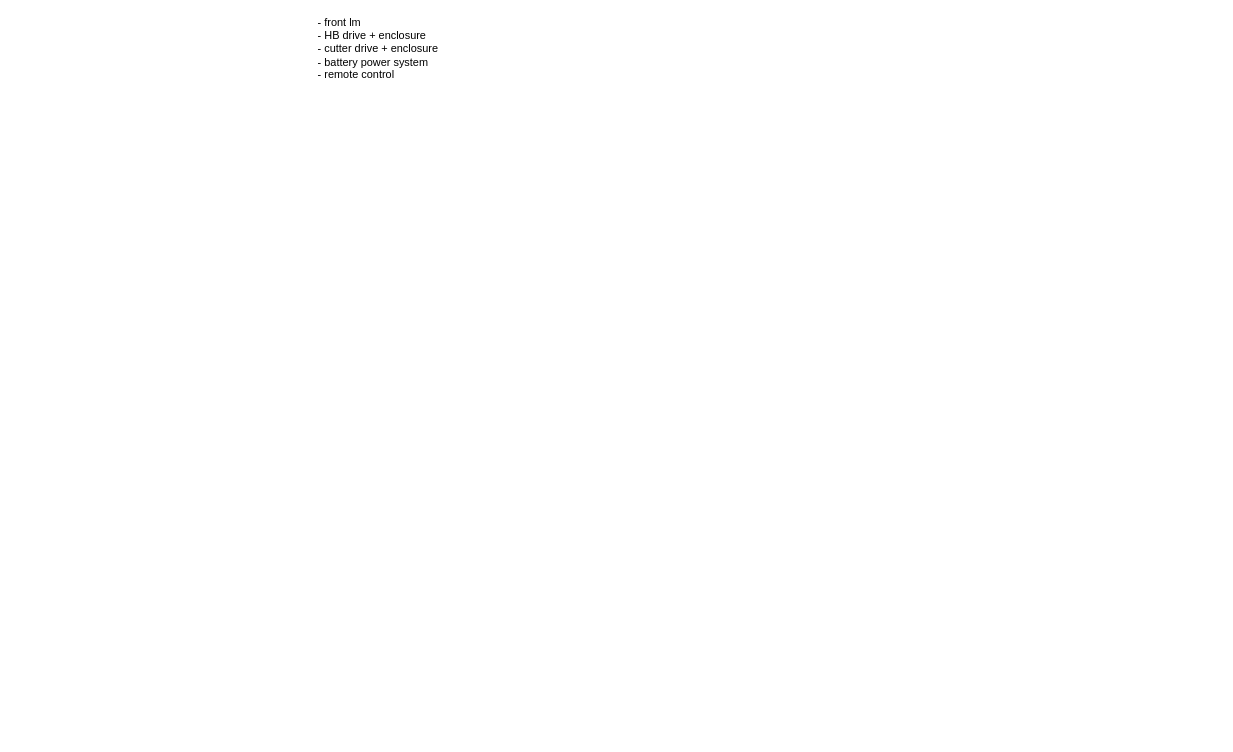
Above: page "architecture" (3 of 3) of design.drawio in vortex314/zenoh-projects (draw.io), before the change. Source tidied: cells renumbered, new cells numbered last; positions are measured from the earlier drawing's top-left corner, leaving out a move shared by most shapes. Both pictures are drawn from the tidied source at 91%, with x=0, y=0 at pixel (316, 35). Pictures stored in the file or linked from it are replaced by grey dashed boxes.
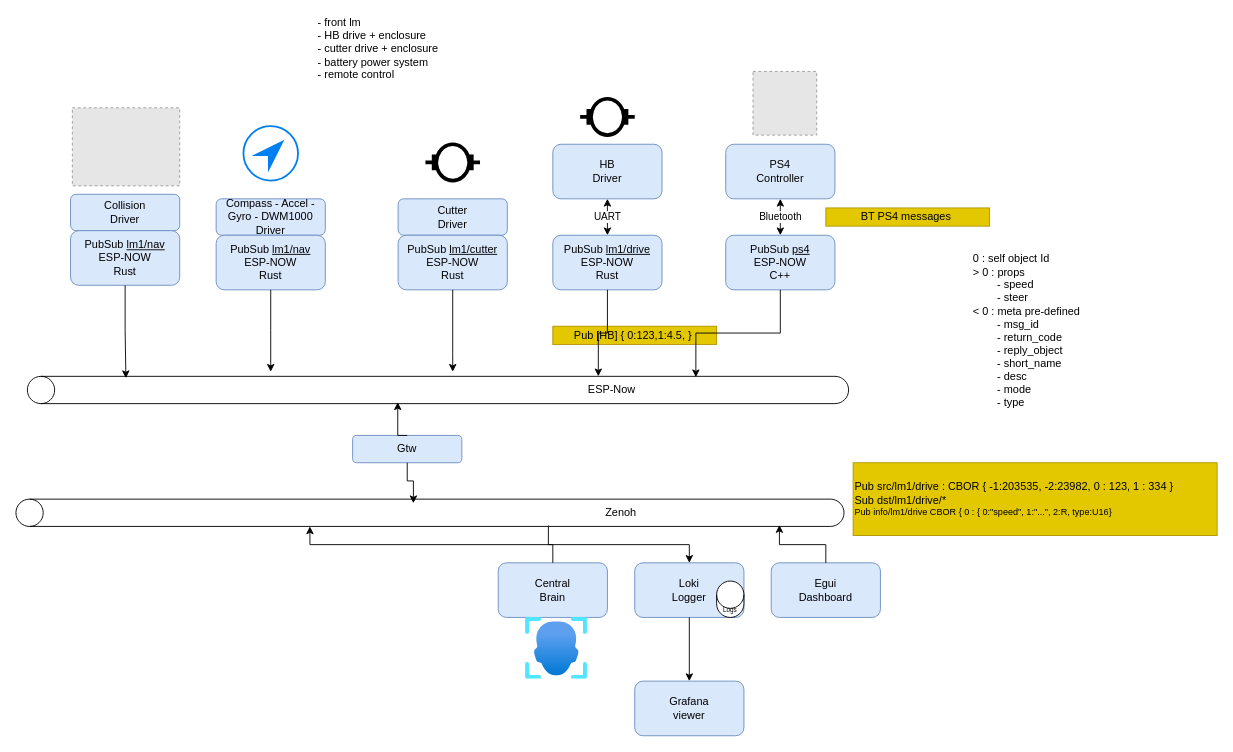
Above is the later version.

Change to the diagram source:
```diff
@@
+    <mxCell id="3" value="UART" style="edgeStyle=orthogonalEdgeStyle;rounded=0;jettySize=auto;html=1;exitX=0.5;exitY=1;exitDx=0;exitDy=0;entryX=0.5;entryY=0;entryDx=0;entryDy=0;startArrow=classic;startFill=1;" parent="1" edge="1" source="4" target="5">
+      <mxGeometry relative="1" as="geometry" />
+    </mxCell>
+    <mxCell id="4" value="HB&lt;div&gt;Driver&lt;/div&gt;" style="rounded=1;whiteSpace=wrap;html=1;fillColor=#dae8fc;strokeColor=#6c8ebf;" parent="1" vertex="1">
+      <mxGeometry x="260" y="120" width="120" height="60" as="geometry" />
+    </mxCell>
+    <mxCell id="5" value="PubSub &lt;u&gt;lm1/drive&lt;/u&gt;&lt;div&gt;&lt;span style=&quot;background-color: initial;&quot;&gt;ESP-NOW&lt;/span&gt;&lt;br&gt;&lt;/div&gt;&lt;div&gt;&lt;span style=&quot;background-color: initial;&quot;&gt;Rust&lt;/span&gt;&lt;/div&gt;" style="rounded=1;whiteSpace=wrap;html=1;fillColor=#dae8fc;strokeColor=#6c8ebf;" parent="1" vertex="1">
+      <mxGeometry x="260" y="220" width="120" height="60" as="geometry" />
+    </mxCell>
+    <mxCell id="6" value="Pub [HB] { 0:123,1:4.5, }&amp;nbsp;" style="rounded=0;whiteSpace=wrap;html=1;fillColor=#e3c800;fontColor=#000000;strokeColor=#B09500;" parent="1" vertex="1">
+      <mxGeometry x="260" y="320" width="180" height="20" as="geometry" />
+    </mxCell>
+    <mxCell id="7" style="shape=cylinder3;whiteSpace=wrap;html=1;boundedLbl=1;backgroundOutline=1;size=15;rotation=-90;" parent="1" vertex="1">
+      <mxGeometry x="110" y="70" width="30" height="910" as="geometry" />
+    </mxCell>
+    <mxCell id="8" value="Pub src/lm1/drive : CBOR { -1:203535, -2:23982, 0 : 123, 1 : 334 }&lt;div&gt;&lt;span style=&quot;background-color: initial;&quot;&gt;Sub dst/lm1/drive/*&lt;/span&gt;&lt;br&gt;&lt;/div&gt;&lt;div style=&quot;font-size: 10px;&quot;&gt;Pub info/lm1/drive CBOR { 0 : { 0:&quot;speed&quot;, 1:&quot;...&quot;, 2:R, type:U16}&lt;/div&gt;" style="rounded=0;whiteSpace=wrap;html=1;fillColor=#e3c800;fontColor=#000000;strokeColor=#B09500;align=left;" parent="1" vertex="1">
+      <mxGeometry x="590" y="470" width="400" height="80" as="geometry" />
+    </mxCell>
+    <mxCell id="9" value="Zenoh" style="text;html=1;align=center;verticalAlign=middle;whiteSpace=wrap;rounded=0;" parent="1" vertex="1">
+      <mxGeometry x="305" y="510" width="60" height="30" as="geometry" />
+    </mxCell>
+    <mxCell id="10" style="shape=cylinder3;whiteSpace=wrap;html=1;boundedLbl=1;backgroundOutline=1;size=15;rotation=-90;" parent="1" vertex="1">
+      <mxGeometry x="118.8" y="-61.2" width="30" height="902.5" as="geometry" />
+    </mxCell>
+    <mxCell id="11" value="ESP-Now" style="text;html=1;align=center;verticalAlign=middle;whiteSpace=wrap;rounded=0;" parent="1" vertex="1">
+      <mxGeometry x="295" y="375" width="60" height="30" as="geometry" />
+    </mxCell>
+    <mxCell id="12" style="edgeStyle=orthogonalEdgeStyle;rounded=0;jettySize=auto;html=1;exitX=0.5;exitY=1;exitDx=0;exitDy=0;entryX=0.25;entryY=0;entryDx=0;entryDy=0;" parent="1" edge="1" source="5" target="11">
+      <mxGeometry relative="1" as="geometry" />
+    </mxCell>
+    <mxCell id="13" value="Gtw" style="rounded=1;whiteSpace=wrap;html=1;fillColor=#dae8fc;strokeColor=#6c8ebf;" parent="1" vertex="1">
+      <mxGeometry x="40" y="440" width="120" height="30" as="geometry" />
+    </mxCell>
+    <mxCell id="14" style="edgeStyle=orthogonalEdgeStyle;rounded=0;jettySize=auto;html=1;exitX=0.5;exitY=0;exitDx=0;exitDy=0;entryX=0.05;entryY=0.451;entryDx=0;entryDy=0;entryPerimeter=0;" parent="1" edge="1" source="13" target="10">
+      <mxGeometry relative="1" as="geometry" />
+    </mxCell>
+    <mxCell id="15" style="edgeStyle=orthogonalEdgeStyle;rounded=0;jettySize=auto;html=1;exitX=0.5;exitY=1;exitDx=0;exitDy=0;entryX=0.85;entryY=0.48;entryDx=0;entryDy=0;entryPerimeter=0;" parent="1" edge="1" source="13" target="7">
+      <mxGeometry relative="1" as="geometry" />
+    </mxCell>
+    <mxCell id="16" value="Egui&lt;div&gt;Dashboard&lt;/div&gt;" style="rounded=1;whiteSpace=wrap;html=1;fillColor=#dae8fc;strokeColor=#6c8ebf;" parent="1" vertex="1">
+      <mxGeometry x="500" y="580" width="120" height="60" as="geometry" />
+    </mxCell>
+    <mxCell id="17" style="edgeStyle=orthogonalEdgeStyle;rounded=0;jettySize=auto;html=1;exitX=0.5;exitY=0;exitDx=0;exitDy=0;entryX=0.033;entryY=0.643;entryDx=0;entryDy=0;entryPerimeter=0;startArrow=classic;startFill=1;endArrow=none;endFill=0;" parent="1" edge="1" source="18" target="7">
+      <mxGeometry relative="1" as="geometry" />
+    </mxCell>
+    <mxCell id="18" value="Loki&lt;div&gt;Logger&lt;/div&gt;" style="rounded=1;whiteSpace=wrap;html=1;fillColor=#dae8fc;strokeColor=#6c8ebf;" parent="1" vertex="1">
+      <mxGeometry x="350" y="580" width="120" height="60" as="geometry" />
+    </mxCell>
+    <mxCell id="19" value="Central&lt;div&gt;Brain&lt;/div&gt;" style="rounded=1;whiteSpace=wrap;html=1;fillColor=#dae8fc;strokeColor=#6c8ebf;" parent="1" vertex="1">
+      <mxGeometry x="200" y="580" width="120" height="60" as="geometry" />
+    </mxCell>
+    <mxCell id="20" style="fillColor=#E6E6E6;strokeColor=#999999;dashed=1;html=1;verticalAlign=top;verticalLabelPosition=bottom;labelBackgroundColor=#ffffff;" parent="1" vertex="1">
+      <mxGeometry x="480" y="40" width="70" height="70" as="geometry" />
+    </mxCell>
+    <mxCell id="21" style="shape=mxgraph.electrical.electro-mechanical.motor_2;html=1;shadow=0;dashed=0;align=center;fontSize=30;strokeWidth=4;" parent="1" vertex="1">
+      <mxGeometry x="290" y="70" width="60" height="40" as="geometry" />
+    </mxCell>
+    <mxCell id="22" value="Bluetooth" style="edgeStyle=orthogonalEdgeStyle;rounded=0;jettySize=auto;html=1;exitX=0.5;exitY=1;exitDx=0;exitDy=0;entryX=0.5;entryY=0;entryDx=0;entryDy=0;startArrow=classic;startFill=1;" parent="1" edge="1" source="23" target="24">
+      <mxGeometry relative="1" as="geometry" />
+    </mxCell>
+    <mxCell id="23" value="PS4&lt;div&gt;Controller&lt;/div&gt;" style="rounded=1;whiteSpace=wrap;html=1;fillColor=#dae8fc;strokeColor=#6c8ebf;" parent="1" vertex="1">
+      <mxGeometry x="450" y="120" width="120" height="60" as="geometry" />
+    </mxCell>
+    <mxCell id="24" value="PubSub &lt;u&gt;ps4&lt;/u&gt;&lt;div&gt;&lt;span style=&quot;background-color: initial;&quot;&gt;ESP-NOW&lt;/span&gt;&lt;br&gt;&lt;/div&gt;&lt;div&gt;&lt;span style=&quot;background-color: initial;&quot;&gt;C++&lt;/span&gt;&lt;/div&gt;" style="rounded=1;whiteSpace=wrap;html=1;fillColor=#dae8fc;strokeColor=#6c8ebf;" parent="1" vertex="1">
+      <mxGeometry x="450" y="220" width="120" height="60" as="geometry" />
+    </mxCell>
+    <mxCell id="25" style="edgeStyle=orthogonalEdgeStyle;rounded=0;jettySize=auto;html=1;exitX=0.5;exitY=1;exitDx=0;exitDy=0;entryX=0.967;entryY=0.814;entryDx=0;entryDy=0;entryPerimeter=0;" parent="1" edge="1" source="24" target="10">
+      <mxGeometry relative="1" as="geometry" />
+    </mxCell>
+    <mxCell id="26" style="image;html=1;align=center;fontSize=12;image=img/lib/azure2/ai_machine_learning/Face_APIs.svg;" parent="1" vertex="1">
+      <mxGeometry x="230" y="640" width="68" height="68" as="geometry" />
+    </mxCell>
+    <mxCell id="27" style="edgeStyle=orthogonalEdgeStyle;rounded=0;jettySize=auto;html=1;exitX=0.5;exitY=0;exitDx=0;exitDy=0;entryX=0;entryY=0.355;entryDx=0;entryDy=0;entryPerimeter=0;" parent="1" edge="1" source="19" target="7">
+      <mxGeometry relative="1" as="geometry" />
+    </mxCell>
+    <mxCell id="28" style="edgeStyle=orthogonalEdgeStyle;rounded=0;jettySize=auto;html=1;exitX=0.5;exitY=0;exitDx=0;exitDy=0;entryX=0.05;entryY=0.922;entryDx=0;entryDy=0;entryPerimeter=0;" parent="1" edge="1" source="16" target="7">
+      <mxGeometry relative="1" as="geometry" />
+    </mxCell>
+    <mxCell id="29" value="BT PS4 messages&amp;nbsp;" style="rounded=0;whiteSpace=wrap;html=1;fillColor=#e3c800;fontColor=#000000;strokeColor=#B09500;" parent="1" vertex="1">
+      <mxGeometry x="560" y="190" width="180" height="20" as="geometry" />
+    </mxCell>
+    <mxCell id="30" style="edgeStyle=orthogonalEdgeStyle;rounded=0;jettySize=auto;html=1;exitX=0.5;exitY=1;exitDx=0;exitDy=0;" parent="1" edge="1" source="18" target="32">
+      <mxGeometry relative="1" as="geometry" />
+    </mxCell>
+    <mxCell id="31" value="Logs" style="shape=cylinder3;whiteSpace=wrap;html=1;boundedLbl=1;backgroundOutline=1;size=15;fontSize=7;" parent="1" vertex="1">
+      <mxGeometry x="440" y="600" width="30" height="40" as="geometry" />
+    </mxCell>
+    <mxCell id="32" value="Grafana&lt;div&gt;viewer&lt;/div&gt;" style="rounded=1;whiteSpace=wrap;html=1;fillColor=#dae8fc;strokeColor=#6c8ebf;" parent="1" vertex="1">
+      <mxGeometry x="350" y="710" width="120" height="60" as="geometry" />
+    </mxCell>
+    <mxCell id="33" value="Cutter&lt;div&gt;Driver&lt;/div&gt;" style="rounded=1;whiteSpace=wrap;html=1;fillColor=#dae8fc;strokeColor=#6c8ebf;" parent="1" vertex="1">
+      <mxGeometry x="90" y="180" width="120" height="40" as="geometry" />
+    </mxCell>
+    <mxCell id="34" value="PubSub &lt;u&gt;lm1/cutter&lt;/u&gt;&lt;div&gt;&lt;span style=&quot;background-color: initial;&quot;&gt;ESP-NOW&lt;/span&gt;&lt;br&gt;&lt;/div&gt;&lt;div&gt;&lt;span style=&quot;background-color: initial;&quot;&gt;Rust&lt;/span&gt;&lt;/div&gt;" style="rounded=1;whiteSpace=wrap;html=1;fillColor=#dae8fc;strokeColor=#6c8ebf;" parent="1" vertex="1">
+      <mxGeometry x="90" y="220" width="120" height="60" as="geometry" />
+    </mxCell>
+    <mxCell id="35" style="shape=mxgraph.electrical.electro-mechanical.motor_2;html=1;shadow=0;dashed=0;align=center;fontSize=30;strokeWidth=4;" parent="1" vertex="1">
+      <mxGeometry x="120" y="120" width="60" height="40" as="geometry" />
+    </mxCell>
+    <mxCell id="36" style="edgeStyle=orthogonalEdgeStyle;rounded=0;jettySize=auto;html=1;exitX=0.5;exitY=1;exitDx=0;exitDy=0;" parent="1" edge="1" source="34">
+      <mxGeometry relative="1" as="geometry">
+        <mxPoint x="150" y="370" as="targetPoint" />
+        <Array as="points">
+          <mxPoint x="150" y="350" />
+          <mxPoint x="150" y="350" />
+        </Array>
+      </mxGeometry>
+    </mxCell>
+    <mxCell id="37" value="0 : self object Id&lt;div&gt;&amp;gt; 0 : props&lt;/div&gt;&lt;div&gt;&lt;span style=&quot;white-space: pre;&quot;&gt;&#9;&lt;/span&gt;- speed&lt;br&gt;&lt;/div&gt;&lt;div&gt;&lt;span style=&quot;white-space: pre;&quot;&gt;&#9;&lt;/span&gt;- steer&amp;nbsp;&lt;br&gt;&lt;/div&gt;&lt;div&gt;&amp;lt; 0 : meta pre-defined&amp;nbsp;&lt;/div&gt;&lt;div&gt;&lt;span style=&quot;white-space: pre;&quot;&gt;&#9;&lt;/span&gt;- msg_id&lt;/div&gt;&lt;div&gt;&lt;span style=&quot;white-space: pre;&quot;&gt;&#9;&lt;/span&gt;- return_code&lt;/div&gt;&lt;div&gt;&lt;span style=&quot;white-space: pre;&quot;&gt;&#9;&lt;/span&gt;- reply_object&lt;/div&gt;&lt;div&gt;&lt;span style=&quot;white-space: pre;&quot;&gt;&#9;&lt;/span&gt;- short_name&lt;/div&gt;&lt;div&gt;&lt;span style=&quot;white-space: pre;&quot;&gt;&#9;&lt;/span&gt;- desc&lt;/div&gt;&lt;div&gt;&lt;span style=&quot;white-space: pre;&quot;&gt;&#9;&lt;/span&gt;- mode&lt;/div&gt;&lt;div&gt;&lt;span style=&quot;white-space: pre;&quot;&gt;&#9;&lt;/span&gt;- type&amp;nbsp;&amp;nbsp;&lt;/div&gt;" style="text;html=1;align=left;verticalAlign=middle;whiteSpace=wrap;rounded=0;" parent="1" vertex="1">
+      <mxGeometry x="720" y="310" width="260" height="30" as="geometry" />
+    </mxCell>
+    <mxCell id="38" value="&lt;div&gt;Compass - Accel - Gyro - DWM1000&lt;/div&gt;&lt;div&gt;Driver&lt;/div&gt;" style="rounded=1;whiteSpace=wrap;html=1;fillColor=#dae8fc;strokeColor=#6c8ebf;" parent="1" vertex="1">
+      <mxGeometry x="-110" y="180" width="120" height="40" as="geometry" />
+    </mxCell>
+    <mxCell id="39" value="PubSub &lt;u&gt;lm1/nav&lt;/u&gt;&lt;div&gt;&lt;span style=&quot;background-color: initial;&quot;&gt;ESP-NOW&lt;/span&gt;&lt;br&gt;&lt;/div&gt;&lt;div&gt;&lt;span style=&quot;background-color: initial;&quot;&gt;Rust&lt;/span&gt;&lt;/div&gt;" style="rounded=1;whiteSpace=wrap;html=1;fillColor=#dae8fc;strokeColor=#6c8ebf;" parent="1" vertex="1">
+      <mxGeometry x="-110" y="220" width="120" height="60" as="geometry" />
+    </mxCell>
+    <mxCell id="40" style="edgeStyle=orthogonalEdgeStyle;rounded=0;jettySize=auto;html=1;exitX=0.5;exitY=1;exitDx=0;exitDy=0;" parent="1" edge="1" source="39">
+      <mxGeometry relative="1" as="geometry">
+        <mxPoint x="-50" y="370" as="targetPoint" />
+      </mxGeometry>
+    </mxCell>
+    <mxCell id="41" style="html=1;verticalLabelPosition=bottom;align=center;labelBackgroundColor=#ffffff;verticalAlign=top;strokeWidth=2;strokeColor=#0080F0;shadow=0;dashed=0;shape=mxgraph.ios7.icons.location_2;" parent="1" vertex="1">
+      <mxGeometry x="-80" y="100" width="60" height="60" as="geometry" />
+    </mxCell>
+    <mxCell id="42" value="&lt;div&gt;&lt;span style=&quot;background-color: initial;&quot;&gt;Collision&lt;/span&gt;&lt;/div&gt;&lt;div&gt;&lt;span style=&quot;background-color: initial;&quot;&gt;Driver&lt;/span&gt;&lt;br&gt;&lt;/div&gt;" style="rounded=1;whiteSpace=wrap;html=1;fillColor=#dae8fc;strokeColor=#6c8ebf;" parent="1" vertex="1">
+      <mxGeometry x="-270" y="175" width="120" height="40" as="geometry" />
+    </mxCell>
+    <mxCell id="43" value="PubSub &lt;u&gt;lm1/nav&lt;/u&gt;&lt;div&gt;&lt;span style=&quot;background-color: initial;&quot;&gt;ESP-NOW&lt;/span&gt;&lt;br&gt;&lt;/div&gt;&lt;div&gt;&lt;span style=&quot;background-color: initial;&quot;&gt;Rust&lt;/span&gt;&lt;/div&gt;" style="rounded=1;whiteSpace=wrap;html=1;fillColor=#dae8fc;strokeColor=#6c8ebf;" parent="1" vertex="1">
+      <mxGeometry x="-270" y="215" width="120" height="60" as="geometry" />
+    </mxCell>
+    <mxCell id="44" style="edgeStyle=orthogonalEdgeStyle;rounded=0;jettySize=auto;html=1;exitX=0.5;exitY=1;exitDx=0;exitDy=0;entryX=0.933;entryY=0.12;entryDx=0;entryDy=0;entryPerimeter=0;" parent="1" edge="1" source="43" target="10">
+      <mxGeometry relative="1" as="geometry" />
+    </mxCell>
+    <mxCell id="45" style="fillColor=#E6E6E6;strokeColor=#999999;dashed=1;verticalLabelPosition=bottom;labelBackgroundColor=default;verticalAlign=top;" parent="1" vertex="1">
+      <mxGeometry x="-268" y="80" width="118" height="85.7" as="geometry" />
+    </mxCell>
```
